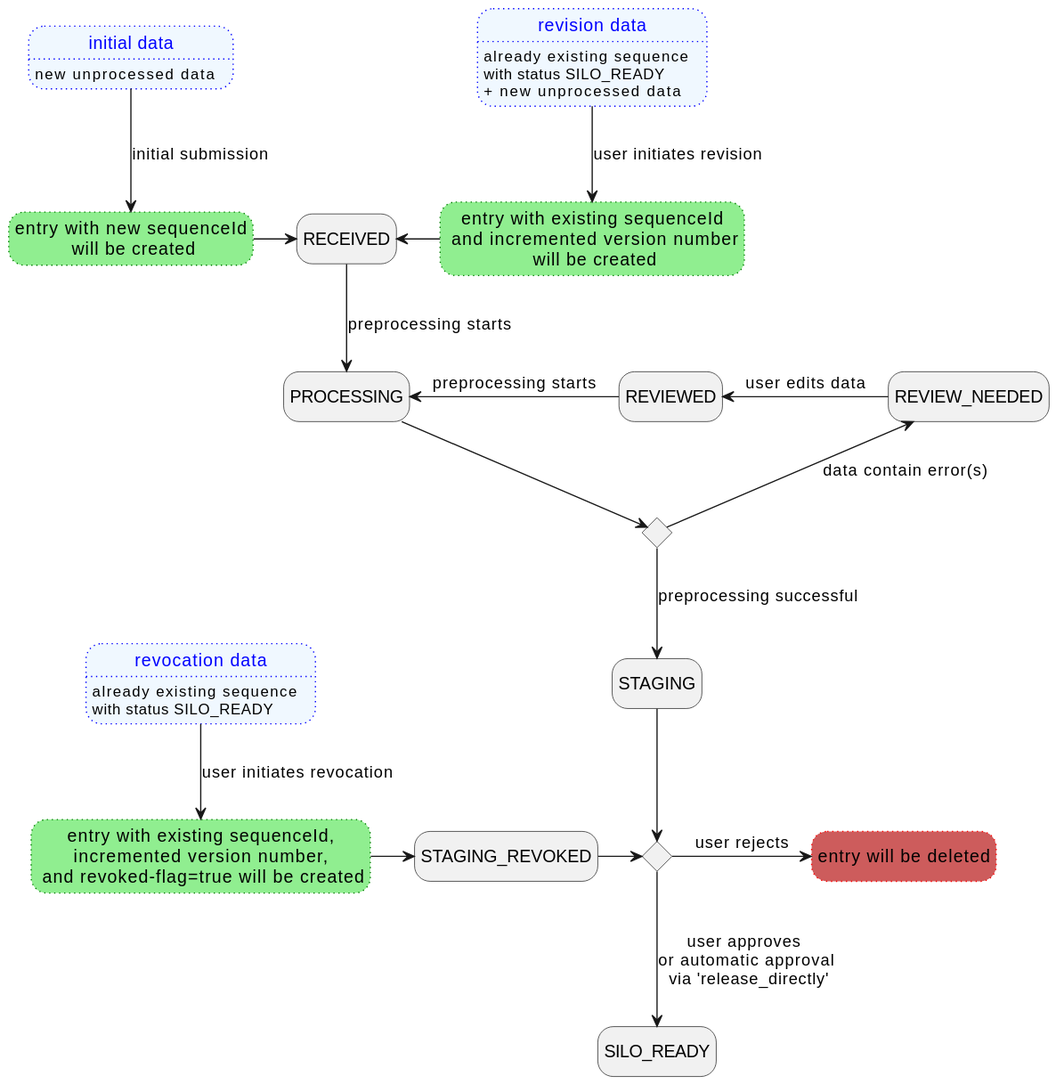
loculus-project/loculus keeps this PlantUML diagram as backend/docs/plantuml/statusChange.svg. Above is the earlier version.
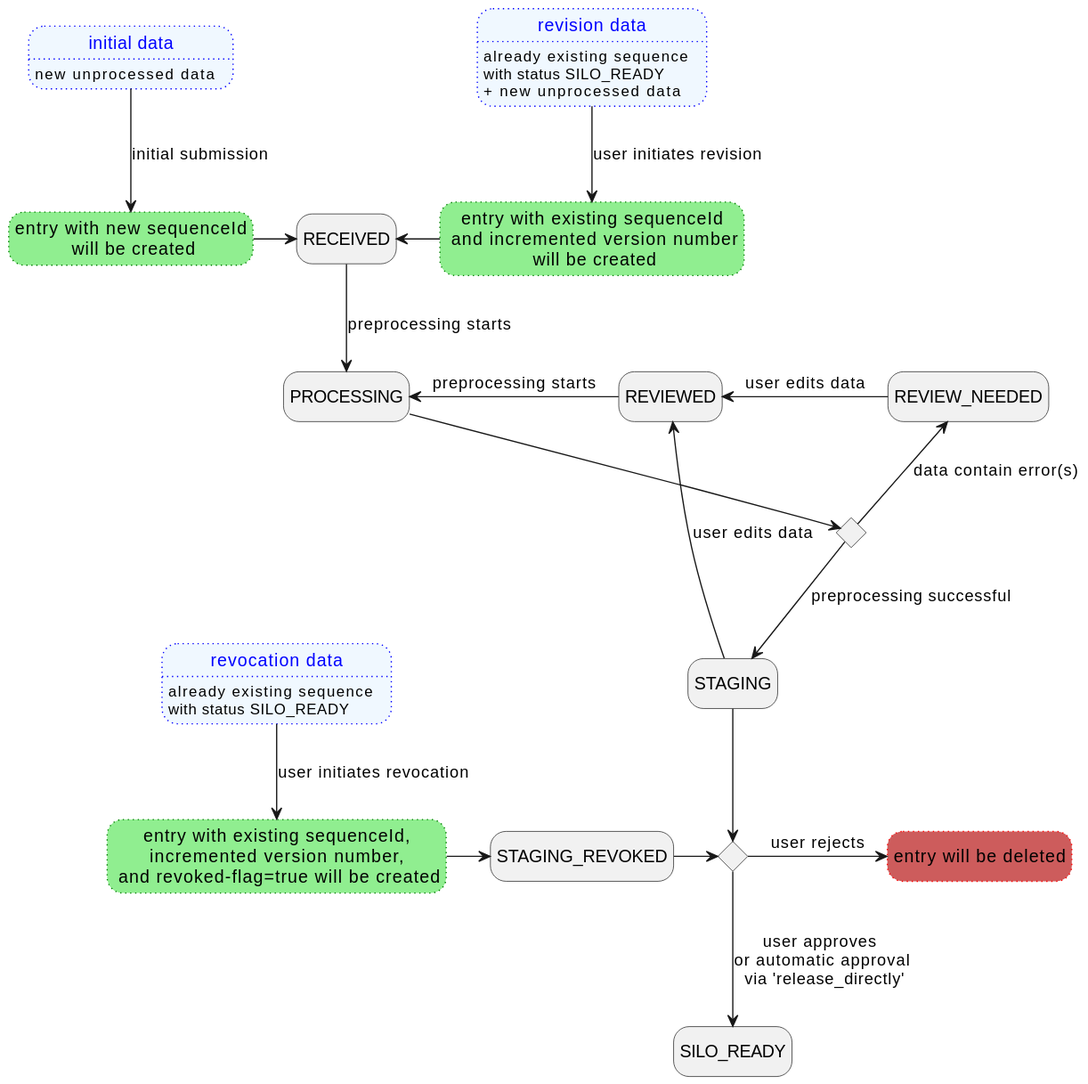
The same diagram one commit later.

Change to the diagram source:
```diff
@@ -42,6 +42,7 @@
     is_error -u-> REVIEW_NEEDED : data contain error(s)
     REVIEW_NEEDED -l-> REVIEWED : user edits data
     REVIEWED -l-> PROCESSING : preprocessing starts
+    STAGING -u-> REVIEWED : user edits data
     is_error --> STAGING : preprocessing successful
     STAGING --> is_approved
     is_approved -d-> SILO_READY : user approves \nor automatic approval\n via 'release_directly'
```
